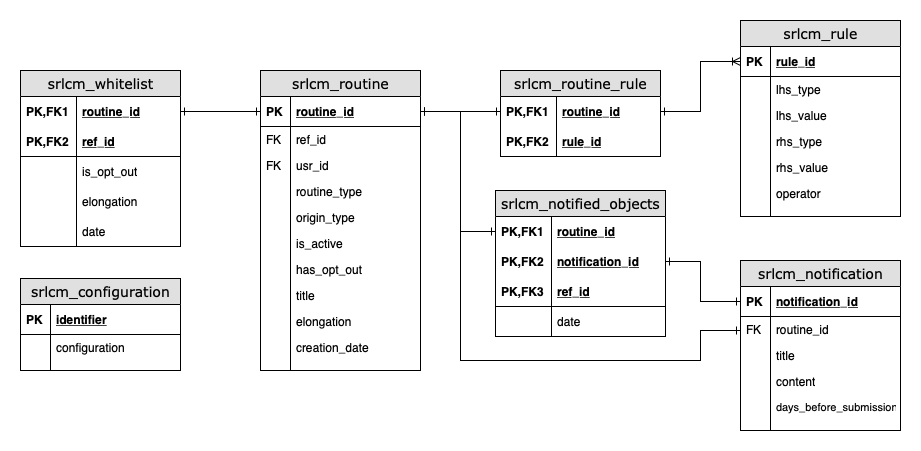
Earlier version of the draw.io export docs/ERD.drawio.png (srsolutionsag/SrLifeCycleManager). Source tidied: cells renumbered, new cells last; positions are measured from the earlier drawing's top-left corner, leaving out a move shared by most shapes.
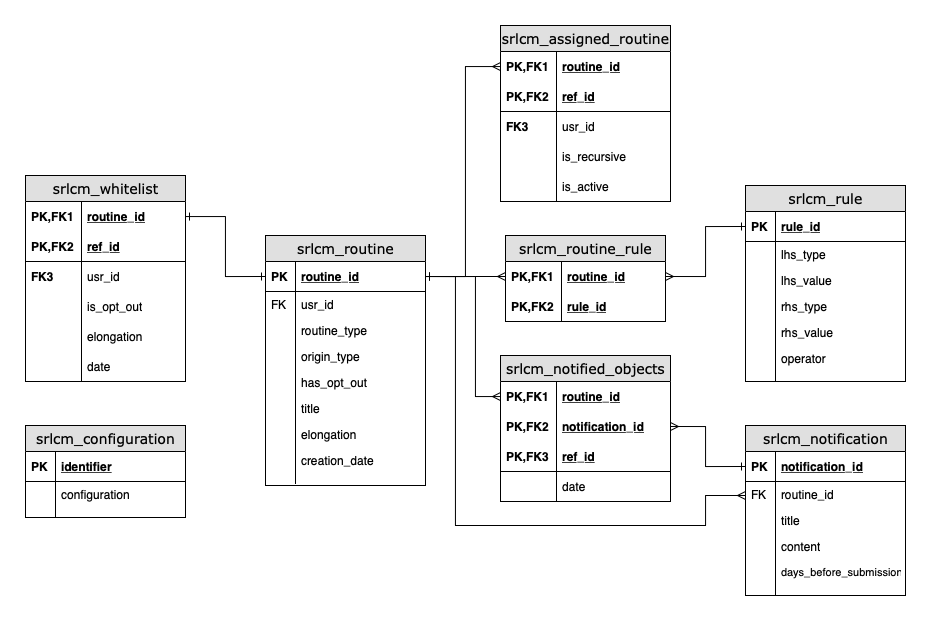
After the commit.

What changed in the source:
```diff
@@ -3,7 +3,7 @@
     <mxCell id="0" />
     <mxCell id="1" parent="0" />
     <mxCell id="2" value="srlcm_routine" style="swimlane;html=1;fontStyle=0;horizontal=1;startSize=26;fillColor=#e0e0e0;swimlaneFillColor=#ffffff;align=center;rounded=0;shadow=0;comic=0;labelBackgroundColor=none;strokeWidth=1;fontFamily=Verdana;fontSize=14;" parent="1" vertex="1">
-      <mxGeometry x="240" y="50" width="160" height="300" as="geometry" />
+      <mxGeometry x="240" y="50" width="160" height="250" as="geometry" />
     </mxCell>
     <mxCell id="3" value="routine_id" style="shape=partialRectangle;top=0;left=0;right=0;bottom=1;html=1;align=left;verticalAlign=middle;fillColor=none;spacingLeft=34;spacingRight=4;whiteSpace=wrap;overflow=hidden;points=[[0,0.5],[1,0.5]];portConstraint=eastwest;fontStyle=5;" parent="2" vertex="1">
       <mxGeometry y="26" width="160" height="30" as="geometry" />
@@ -11,62 +11,50 @@
     <mxCell id="4" value="&lt;b&gt;PK&lt;/b&gt;" style="shape=partialRectangle;top=0;left=0;bottom=0;html=1;fillColor=none;align=left;verticalAlign=middle;spacingLeft=4;spacingRight=4;whiteSpace=wrap;overflow=hidden;" parent="3" vertex="1">
       <mxGeometry width="30" height="30" as="geometry" />
     </mxCell>
-    <mxCell id="5" value="ref_id" style="shape=partialRectangle;top=0;left=0;right=0;bottom=0;html=1;align=left;verticalAlign=top;fillColor=none;spacingLeft=34;spacingRight=4;whiteSpace=wrap;overflow=hidden;" parent="2" vertex="1">
-      <mxGeometry y="56" width="160" height="26" as="geometry" />
-    </mxCell>
-    <mxCell id="6" value="FK" style="shape=partialRectangle;top=0;left=0;bottom=0;html=1;fillColor=none;align=left;verticalAlign=top;spacingLeft=4;spacingRight=4;whiteSpace=wrap;overflow=hidden;" parent="5" vertex="1">
-      <mxGeometry width="30" height="26" as="geometry" />
-    </mxCell>
     <mxCell id="7" value="usr_id" style="shape=partialRectangle;top=0;left=0;right=0;bottom=0;html=1;align=left;verticalAlign=top;fillColor=none;spacingLeft=34;spacingRight=4;whiteSpace=wrap;overflow=hidden;" parent="2" vertex="1">
-      <mxGeometry y="82" width="160" height="26" as="geometry" />
+      <mxGeometry y="56" width="160" height="26" as="geometry" />
     </mxCell>
     <mxCell id="8" value="FK" style="shape=partialRectangle;top=0;left=0;bottom=0;html=1;fillColor=none;align=left;verticalAlign=top;spacingLeft=4;spacingRight=4;whiteSpace=wrap;overflow=hidden;" parent="7" vertex="1">
       <mxGeometry width="30" height="26" as="geometry" />
     </mxCell>
     <mxCell id="9" value="routine_type" style="shape=partialRectangle;top=0;left=0;right=0;bottom=0;html=1;align=left;verticalAlign=top;fillColor=none;spacingLeft=34;spacingRight=4;whiteSpace=wrap;overflow=hidden;" parent="2" vertex="1">
-      <mxGeometry y="108" width="160" height="26" as="geometry" />
+      <mxGeometry y="82" width="160" height="26" as="geometry" />
     </mxCell>
     <mxCell id="10" style="shape=partialRectangle;top=0;left=0;bottom=0;html=1;fillColor=none;align=left;verticalAlign=top;spacingLeft=4;spacingRight=4;whiteSpace=wrap;overflow=hidden;" parent="9" vertex="1">
       <mxGeometry width="30" height="26" as="geometry" />
     </mxCell>
     <mxCell id="11" value="origin_type" style="shape=partialRectangle;top=0;left=0;right=0;bottom=0;html=1;align=left;verticalAlign=top;fillColor=none;spacingLeft=34;spacingRight=4;whiteSpace=wrap;overflow=hidden;" parent="2" vertex="1">
-      <mxGeometry y="134" width="160" height="26" as="geometry" />
+      <mxGeometry y="108" width="160" height="26" as="geometry" />
     </mxCell>
     <mxCell id="12" style="shape=partialRectangle;top=0;left=0;bottom=0;html=1;fillColor=none;align=left;verticalAlign=top;spacingLeft=4;spacingRight=4;whiteSpace=wrap;overflow=hidden;" parent="11" vertex="1">
       <mxGeometry width="30" height="26" as="geometry" />
     </mxCell>
-    <mxCell id="13" value="is_active" style="shape=partialRectangle;top=0;left=0;right=0;bottom=0;html=1;align=left;verticalAlign=top;fillColor=none;spacingLeft=34;spacingRight=4;whiteSpace=wrap;overflow=hidden;" parent="2" vertex="1">
-      <mxGeometry y="160" width="160" height="26" as="geometry" />
-    </mxCell>
-    <mxCell id="14" style="shape=partialRectangle;top=0;left=0;bottom=0;html=1;fillColor=none;align=left;verticalAlign=top;spacingLeft=4;spacingRight=4;whiteSpace=wrap;overflow=hidden;" parent="13" vertex="1">
-      <mxGeometry width="30" height="26" as="geometry" />
-    </mxCell>
     <mxCell id="15" value="has_opt_out" style="shape=partialRectangle;top=0;left=0;right=0;bottom=0;html=1;align=left;verticalAlign=top;fillColor=none;spacingLeft=34;spacingRight=4;whiteSpace=wrap;overflow=hidden;" parent="2" vertex="1">
-      <mxGeometry y="186" width="160" height="26" as="geometry" />
+      <mxGeometry y="134" width="160" height="26" as="geometry" />
     </mxCell>
     <mxCell id="16" style="shape=partialRectangle;top=0;left=0;bottom=0;html=1;fillColor=none;align=left;verticalAlign=top;spacingLeft=4;spacingRight=4;whiteSpace=wrap;overflow=hidden;" parent="15" vertex="1">
       <mxGeometry width="30" height="26" as="geometry" />
     </mxCell>
     <mxCell id="17" value="title" style="shape=partialRectangle;top=0;left=0;right=0;bottom=0;html=1;align=left;verticalAlign=top;fillColor=none;spacingLeft=34;spacingRight=4;whiteSpace=wrap;overflow=hidden;" parent="2" vertex="1">
-      <mxGeometry y="212" width="160" height="26" as="geometry" />
+      <mxGeometry y="160" width="160" height="26" as="geometry" />
     </mxCell>
     <mxCell id="18" style="shape=partialRectangle;top=0;left=0;bottom=0;html=1;fillColor=none;align=left;verticalAlign=top;spacingLeft=4;spacingRight=4;whiteSpace=wrap;overflow=hidden;" parent="17" vertex="1">
       <mxGeometry width="30" height="26" as="geometry" />
     </mxCell>
     <mxCell id="19" value="elongation" style="shape=partialRectangle;top=0;left=0;right=0;bottom=0;html=1;align=left;verticalAlign=top;fillColor=none;spacingLeft=34;spacingRight=4;whiteSpace=wrap;overflow=hidden;" parent="2" vertex="1">
-      <mxGeometry y="238" width="160" height="26" as="geometry" />
+      <mxGeometry y="186" width="160" height="26" as="geometry" />
     </mxCell>
     <mxCell id="20" style="shape=partialRectangle;top=0;left=0;bottom=0;html=1;fillColor=none;align=left;verticalAlign=top;spacingLeft=4;spacingRight=4;whiteSpace=wrap;overflow=hidden;" parent="19" vertex="1">
       <mxGeometry width="30" height="26" as="geometry" />
     </mxCell>
     <mxCell id="21" value="creation_date" style="shape=partialRectangle;top=0;left=0;right=0;bottom=0;html=1;align=left;verticalAlign=top;fillColor=none;spacingLeft=34;spacingRight=4;whiteSpace=wrap;overflow=hidden;" parent="2" vertex="1">
-      <mxGeometry y="264" width="160" height="26" as="geometry" />
+      <mxGeometry y="212" width="160" height="26" as="geometry" />
     </mxCell>
     <mxCell id="22" style="shape=partialRectangle;top=0;left=0;bottom=0;html=1;fillColor=none;align=left;verticalAlign=top;spacingLeft=4;spacingRight=4;whiteSpace=wrap;overflow=hidden;" parent="21" vertex="1">
       <mxGeometry width="30" height="26" as="geometry" />
     </mxCell>
     <mxCell id="23" style="shape=partialRectangle;top=0;left=0;right=0;bottom=0;html=1;align=left;verticalAlign=top;fillColor=none;spacingLeft=34;spacingRight=4;whiteSpace=wrap;overflow=hidden;" parent="2" vertex="1">
-      <mxGeometry y="290" width="160" height="10" as="geometry" />
+      <mxGeometry y="238" width="160" height="10" as="geometry" />
     </mxCell>
     <mxCell id="24" style="shape=partialRectangle;top=0;left=0;bottom=0;html=1;fillColor=none;align=left;verticalAlign=top;spacingLeft=4;spacingRight=4;whiteSpace=wrap;overflow=hidden;" parent="23" vertex="1">
       <mxGeometry width="30" height="10" as="geometry" />
@@ -131,10 +119,10 @@
     <mxCell id="44" value="PK,FK2" style="shape=partialRectangle;fontStyle=1;top=0;left=0;bottom=0;html=1;fillColor=none;align=left;verticalAlign=middle;spacingLeft=4;spacingRight=4;whiteSpace=wrap;overflow=hidden;" parent="43" vertex="1">
       <mxGeometry width="56" height="30" as="geometry" />
     </mxCell>
-    <mxCell id="45" style="edgeStyle=orthogonalEdgeStyle;rounded=0;jettySize=auto;html=1;exitX=1;exitY=0.5;exitDx=0;exitDy=0;entryX=0;entryY=0.5;entryDx=0;entryDy=0;startArrow=ERone;startFill=0;endArrow=ERone;endFill=0;" parent="1" edge="1" source="3" target="41">
+    <mxCell id="45" style="edgeStyle=orthogonalEdgeStyle;rounded=0;jettySize=auto;html=1;exitX=1;exitY=0.5;exitDx=0;exitDy=0;entryX=0;entryY=0.5;entryDx=0;entryDy=0;startArrow=ERone;startFill=0;endArrow=ERmany;endFill=0;" parent="1" edge="1" source="3" target="41">
       <mxGeometry relative="1" as="geometry" />
     </mxCell>
-    <mxCell id="46" style="edgeStyle=orthogonalEdgeStyle;rounded=0;jettySize=auto;html=1;exitX=1;exitY=0.5;exitDx=0;exitDy=0;entryX=0;entryY=0.5;entryDx=0;entryDy=0;startArrow=ERone;startFill=0;endArrow=ERoneToMany;endFill=0;" parent="1" edge="1" source="41" target="26">
+    <mxCell id="46" style="edgeStyle=orthogonalEdgeStyle;rounded=0;jettySize=auto;html=1;exitX=1;exitY=0.5;exitDx=0;exitDy=0;entryX=0;entryY=0.5;entryDx=0;entryDy=0;startArrow=ERmany;startFill=0;endArrow=ERone;endFill=0;" parent="1" edge="1" source="41" target="26">
       <mxGeometry relative="1" as="geometry" />
     </mxCell>
     <mxCell id="47" value="srlcm_notification" style="swimlane;html=1;fontStyle=0;horizontal=1;startSize=26;fillColor=#e0e0e0;swimlaneFillColor=#ffffff;align=center;rounded=0;shadow=0;comic=0;labelBackgroundColor=none;strokeWidth=1;fontFamily=Verdana;fontSize=14;swimlaneLine=1;" parent="1" vertex="1">
@@ -177,7 +165,7 @@
       <mxGeometry width="30" height="10" as="geometry" />
     </mxCell>
     <mxCell id="60" value="srlcm_whitelist" style="swimlane;html=1;fontStyle=0;horizontal=1;startSize=26;fillColor=#e0e0e0;swimlaneFillColor=#ffffff;align=center;rounded=0;shadow=0;comic=0;labelBackgroundColor=none;strokeWidth=1;fontFamily=Verdana;fontSize=14;" parent="1" vertex="1">
-      <mxGeometry y="50" width="160" height="176" as="geometry" />
+      <mxGeometry y="-10" width="160" height="206" as="geometry" />
     </mxCell>
     <mxCell id="61" value="routine_id" style="shape=partialRectangle;top=0;left=0;right=0;bottom=0;html=1;align=left;verticalAlign=middle;fillColor=none;spacingLeft=60;spacingRight=4;whiteSpace=wrap;overflow=hidden;points=[[0,0.5],[1,0.5]];portConstraint=eastwest;fontStyle=5;" parent="60" vertex="1">
       <mxGeometry y="26" width="160" height="30" as="geometry" />
@@ -191,20 +179,26 @@
     <mxCell id="64" value="PK,FK2" style="shape=partialRectangle;fontStyle=1;top=0;left=0;bottom=0;html=1;fillColor=none;align=left;verticalAlign=middle;spacingLeft=4;spacingRight=4;whiteSpace=wrap;overflow=hidden;" parent="63" vertex="1">
       <mxGeometry width="56" height="30" as="geometry" />
     </mxCell>
-    <mxCell id="65" value="is_opt_out" style="shape=partialRectangle;top=0;left=0;right=0;bottom=1;html=1;align=left;verticalAlign=middle;fillColor=none;spacingLeft=60;spacingRight=4;whiteSpace=wrap;overflow=hidden;fontStyle=0;strokeColor=none;" parent="60" vertex="1">
+    <mxCell id="65" value="usr_id" style="shape=partialRectangle;top=0;left=0;right=0;bottom=1;html=1;align=left;verticalAlign=middle;fillColor=none;spacingLeft=60;spacingRight=4;whiteSpace=wrap;overflow=hidden;fontStyle=0;strokeColor=none;" parent="60" vertex="1">
       <mxGeometry y="86" width="160" height="30" as="geometry" />
     </mxCell>
-    <mxCell id="66" style="shape=partialRectangle;fontStyle=1;top=0;left=0;bottom=0;html=1;fillColor=none;align=left;verticalAlign=middle;spacingLeft=4;spacingRight=4;whiteSpace=wrap;overflow=hidden;" parent="65" vertex="1">
+    <mxCell id="66" value="FK3" style="shape=partialRectangle;fontStyle=1;top=0;left=0;bottom=0;html=1;fillColor=none;align=left;verticalAlign=middle;spacingLeft=4;spacingRight=4;whiteSpace=wrap;overflow=hidden;" parent="65" vertex="1">
       <mxGeometry width="56" height="30" as="geometry" />
     </mxCell>
-    <mxCell id="67" value="elongation" style="shape=partialRectangle;top=0;left=0;right=0;bottom=1;html=1;align=left;verticalAlign=middle;fillColor=none;spacingLeft=60;spacingRight=4;whiteSpace=wrap;overflow=hidden;fontStyle=0;strokeColor=none;" parent="60" vertex="1">
+    <mxCell id="67" value="is_opt_out" style="shape=partialRectangle;top=0;left=0;right=0;bottom=1;html=1;align=left;verticalAlign=middle;fillColor=none;spacingLeft=60;spacingRight=4;whiteSpace=wrap;overflow=hidden;fontStyle=0;strokeColor=none;" parent="60" vertex="1">
       <mxGeometry y="116" width="160" height="30" as="geometry" />
     </mxCell>
     <mxCell id="68" style="shape=partialRectangle;fontStyle=1;top=0;left=0;bottom=0;html=1;fillColor=none;align=left;verticalAlign=middle;spacingLeft=4;spacingRight=4;whiteSpace=wrap;overflow=hidden;" parent="67" vertex="1">
       <mxGeometry width="56" height="30" as="geometry" />
     </mxCell>
+    <mxCell id="91" value="elongation" style="shape=partialRectangle;top=0;left=0;right=0;bottom=1;html=1;align=left;verticalAlign=middle;fillColor=none;spacingLeft=60;spacingRight=4;whiteSpace=wrap;overflow=hidden;fontStyle=0;strokeColor=none;" parent="60" vertex="1">
+      <mxGeometry y="146" width="160" height="30" as="geometry" />
+    </mxCell>
+    <mxCell id="92" style="shape=partialRectangle;fontStyle=1;top=0;left=0;bottom=0;html=1;fillColor=none;align=left;verticalAlign=middle;spacingLeft=4;spacingRight=4;whiteSpace=wrap;overflow=hidden;" parent="91" vertex="1">
+      <mxGeometry width="56" height="30" as="geometry" />
+    </mxCell>
     <mxCell id="69" value="date" style="shape=partialRectangle;top=0;left=0;right=0;bottom=1;html=1;align=left;verticalAlign=middle;fillColor=none;spacingLeft=60;spacingRight=4;whiteSpace=wrap;overflow=hidden;fontStyle=0;strokeColor=none;" parent="60" vertex="1">
-      <mxGeometry y="146" width="160" height="30" as="geometry" />
+      <mxGeometry y="176" width="160" height="30" as="geometry" />
     </mxCell>
     <mxCell id="70" style="shape=partialRectangle;fontStyle=1;top=0;left=0;bottom=0;html=1;fillColor=none;align=left;verticalAlign=middle;spacingLeft=4;spacingRight=4;whiteSpace=wrap;overflow=hidden;" parent="69" vertex="1">
       <mxGeometry width="56" height="30" as="geometry" />
@@ -240,7 +234,7 @@
       <mxGeometry width="56" height="30" as="geometry" />
     </mxCell>
     <mxCell id="81" value="srlcm_configuration" style="swimlane;html=1;fontStyle=0;horizontal=1;startSize=26;fillColor=#e0e0e0;swimlaneFillColor=#ffffff;align=center;rounded=0;shadow=0;comic=0;labelBackgroundColor=none;strokeWidth=1;fontFamily=Verdana;fontSize=14;swimlaneLine=1;" parent="1" vertex="1">
-      <mxGeometry y="258" width="160" height="92" as="geometry" />
+      <mxGeometry y="240" width="160" height="92" as="geometry" />
     </mxCell>
     <mxCell id="82" value="identifier" style="shape=partialRectangle;top=0;left=0;right=0;bottom=1;html=1;align=left;verticalAlign=middle;fillColor=none;spacingLeft=34;spacingRight=4;whiteSpace=wrap;overflow=hidden;fontStyle=5;" parent="81" vertex="1">
       <mxGeometry y="26" width="160" height="30" as="geometry" />
@@ -260,15 +254,15 @@
     <mxCell id="87" style="shape=partialRectangle;top=0;left=0;bottom=0;html=1;fillColor=none;align=left;verticalAlign=top;spacingLeft=4;spacingRight=4;whiteSpace=wrap;overflow=hidden;" parent="86" vertex="1">
       <mxGeometry width="30" height="10" as="geometry" />
     </mxCell>
-    <mxCell id="88" style="edgeStyle=orthogonalEdgeStyle;rounded=0;jettySize=auto;html=1;exitX=1;exitY=0.5;exitDx=0;exitDy=0;fontSize=11;startArrow=ERone;startFill=0;endArrow=ERone;endFill=0;" parent="1" edge="1" source="3" target="73">
+    <mxCell id="88" style="edgeStyle=orthogonalEdgeStyle;rounded=0;jettySize=auto;html=1;exitX=1;exitY=0.5;exitDx=0;exitDy=0;fontSize=11;startArrow=ERone;startFill=0;endArrow=ERmany;endFill=0;" parent="1" edge="1" source="3" target="73">
       <mxGeometry relative="1" as="geometry">
         <Array as="points">
-          <mxPoint x="440" y="91" />
-          <mxPoint x="440" y="211" />
+          <mxPoint x="450" y="91" />
+          <mxPoint x="450" y="211" />
         </Array>
       </mxGeometry>
     </mxCell>
-    <mxCell id="89" style="edgeStyle=orthogonalEdgeStyle;rounded=0;jettySize=auto;html=1;exitX=1;exitY=0.5;exitDx=0;exitDy=0;entryX=0;entryY=0.5;entryDx=0;entryDy=0;fontSize=11;startArrow=ERone;startFill=0;endArrow=ERone;endFill=0;" parent="1" edge="1" source="75" target="48">
+    <mxCell id="89" style="edgeStyle=orthogonalEdgeStyle;rounded=0;jettySize=auto;html=1;exitX=1;exitY=0.5;exitDx=0;exitDy=0;entryX=0;entryY=0.5;entryDx=0;entryDy=0;fontSize=11;startArrow=ERmany;startFill=0;endArrow=ERone;endFill=0;" parent="1" edge="1" source="75" target="48">
       <mxGeometry relative="1" as="geometry">
         <Array as="points">
           <mxPoint x="680" y="241" />
@@ -276,17 +270,58 @@
         </Array>
       </mxGeometry>
     </mxCell>
-    <mxCell id="90" style="edgeStyle=orthogonalEdgeStyle;rounded=0;orthogonalLoop=1;jettySize=auto;html=1;exitX=1;exitY=0.5;exitDx=0;exitDy=0;fontSize=11;startArrow=ERone;startFill=0;endArrow=ERone;endFill=0;entryX=0;entryY=0.5;entryDx=0;entryDy=0;" parent="1" edge="1">
+    <mxCell id="90" style="edgeStyle=orthogonalEdgeStyle;rounded=0;orthogonalLoop=1;jettySize=auto;html=1;exitX=1;exitY=0.5;exitDx=0;exitDy=0;fontSize=11;startArrow=ERone;startFill=0;endArrow=ERmany;endFill=0;entryX=0;entryY=0.5;entryDx=0;entryDy=0;" parent="1" edge="1">
       <mxGeometry relative="1" as="geometry">
         <mxPoint x="400" y="91" as="sourcePoint" />
         <mxPoint x="720" y="310" as="targetPoint" />
         <Array as="points">
-          <mxPoint x="440" y="91" />
-          <mxPoint x="440" y="340" />
+          <mxPoint x="430" y="91" />
+          <mxPoint x="430" y="340" />
           <mxPoint x="680" y="340" />
           <mxPoint x="680" y="310" />
         </Array>
       </mxGeometry>
     </mxCell>
+    <mxCell id="93" value="srlcm_assigned_routine" style="swimlane;html=1;fontStyle=0;horizontal=1;startSize=26;fillColor=#e0e0e0;swimlaneFillColor=#ffffff;align=center;rounded=0;shadow=0;comic=0;labelBackgroundColor=none;strokeWidth=1;fontFamily=Verdana;fontSize=14;" parent="1" vertex="1">
+      <mxGeometry x="475" y="-160" width="170" height="176" as="geometry" />
+    </mxCell>
+    <mxCell id="94" value="routine_id" style="shape=partialRectangle;top=0;left=0;right=0;bottom=0;html=1;align=left;verticalAlign=middle;fillColor=none;spacingLeft=60;spacingRight=4;whiteSpace=wrap;overflow=hidden;points=[[0,0.5],[1,0.5]];portConstraint=eastwest;fontStyle=5;" parent="93" vertex="1">
+      <mxGeometry y="26" width="170" height="30" as="geometry" />
+    </mxCell>
+    <mxCell id="95" value="PK,FK1" style="shape=partialRectangle;fontStyle=1;top=0;left=0;bottom=0;html=1;fillColor=none;align=left;verticalAlign=middle;spacingLeft=4;spacingRight=4;whiteSpace=wrap;overflow=hidden;" parent="94" vertex="1">
+      <mxGeometry width="56" height="30" as="geometry" />
+    </mxCell>
+    <mxCell id="5" value="ref_id" style="shape=partialRectangle;top=0;left=0;right=0;bottom=1;html=1;align=left;verticalAlign=middle;fillColor=none;spacingLeft=60;spacingRight=4;whiteSpace=wrap;overflow=hidden;fontStyle=5;" parent="93" vertex="1">
+      <mxGeometry y="56" width="170" height="30" as="geometry" />
+    </mxCell>
+    <mxCell id="96" value="PK,FK2" style="shape=partialRectangle;fontStyle=1;top=0;left=0;bottom=0;html=1;fillColor=none;align=left;verticalAlign=middle;spacingLeft=4;spacingRight=4;whiteSpace=wrap;overflow=hidden;" parent="5" vertex="1">
+      <mxGeometry width="56" height="30" as="geometry" />
+    </mxCell>
+    <mxCell id="97" value="usr_id" style="shape=partialRectangle;top=0;left=0;right=0;bottom=1;html=1;align=left;verticalAlign=middle;fillColor=none;spacingLeft=60;spacingRight=4;whiteSpace=wrap;overflow=hidden;fontStyle=0;strokeColor=none;" parent="93" vertex="1">
+      <mxGeometry y="86" width="170" height="30" as="geometry" />
+    </mxCell>
+    <mxCell id="98" value="FK3" style="shape=partialRectangle;fontStyle=1;top=0;left=0;bottom=0;html=1;fillColor=none;align=left;verticalAlign=middle;spacingLeft=4;spacingRight=4;whiteSpace=wrap;overflow=hidden;" parent="97" vertex="1">
+      <mxGeometry width="56" height="30" as="geometry" />
+    </mxCell>
+    <mxCell id="99" value="is_recursive" style="shape=partialRectangle;top=0;left=0;right=0;bottom=1;html=1;align=left;verticalAlign=middle;fillColor=none;spacingLeft=60;spacingRight=4;whiteSpace=wrap;overflow=hidden;fontStyle=0;strokeColor=none;" parent="93" vertex="1">
+      <mxGeometry y="116" width="170" height="30" as="geometry" />
+    </mxCell>
+    <mxCell id="100" style="shape=partialRectangle;fontStyle=1;top=0;left=0;bottom=0;html=1;fillColor=none;align=left;verticalAlign=middle;spacingLeft=4;spacingRight=4;whiteSpace=wrap;overflow=hidden;" parent="99" vertex="1">
+      <mxGeometry width="56" height="30" as="geometry" />
+    </mxCell>
+    <mxCell id="13" value="is_active" style="shape=partialRectangle;top=0;left=0;right=0;bottom=1;html=1;align=left;verticalAlign=middle;fillColor=none;spacingLeft=60;spacingRight=4;whiteSpace=wrap;overflow=hidden;fontStyle=0;strokeColor=none;" parent="93" vertex="1">
+      <mxGeometry y="146" width="170" height="30" as="geometry" />
+    </mxCell>
+    <mxCell id="101" style="shape=partialRectangle;fontStyle=1;top=0;left=0;bottom=0;html=1;fillColor=none;align=left;verticalAlign=middle;spacingLeft=4;spacingRight=4;whiteSpace=wrap;overflow=hidden;" parent="13" vertex="1">
+      <mxGeometry width="56" height="30" as="geometry" />
+    </mxCell>
+    <mxCell id="102" style="edgeStyle=orthogonalEdgeStyle;rounded=0;jettySize=auto;html=1;endArrow=ERmany;endFill=0;" parent="1" edge="1" source="3" target="94">
+      <mxGeometry relative="1" as="geometry">
+        <Array as="points">
+          <mxPoint x="440" y="91" />
+          <mxPoint x="440" y="-119" />
+        </Array>
+      </mxGeometry>
+    </mxCell>
   </root>
 </mxGraphModel>
```
